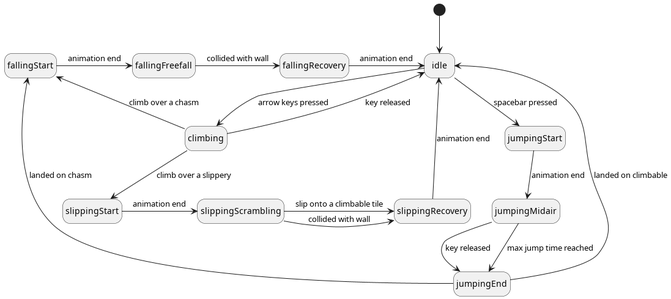
Before: docs/nanobot.png, a diagram exported from PlantUML (sionleroux/project-scale).
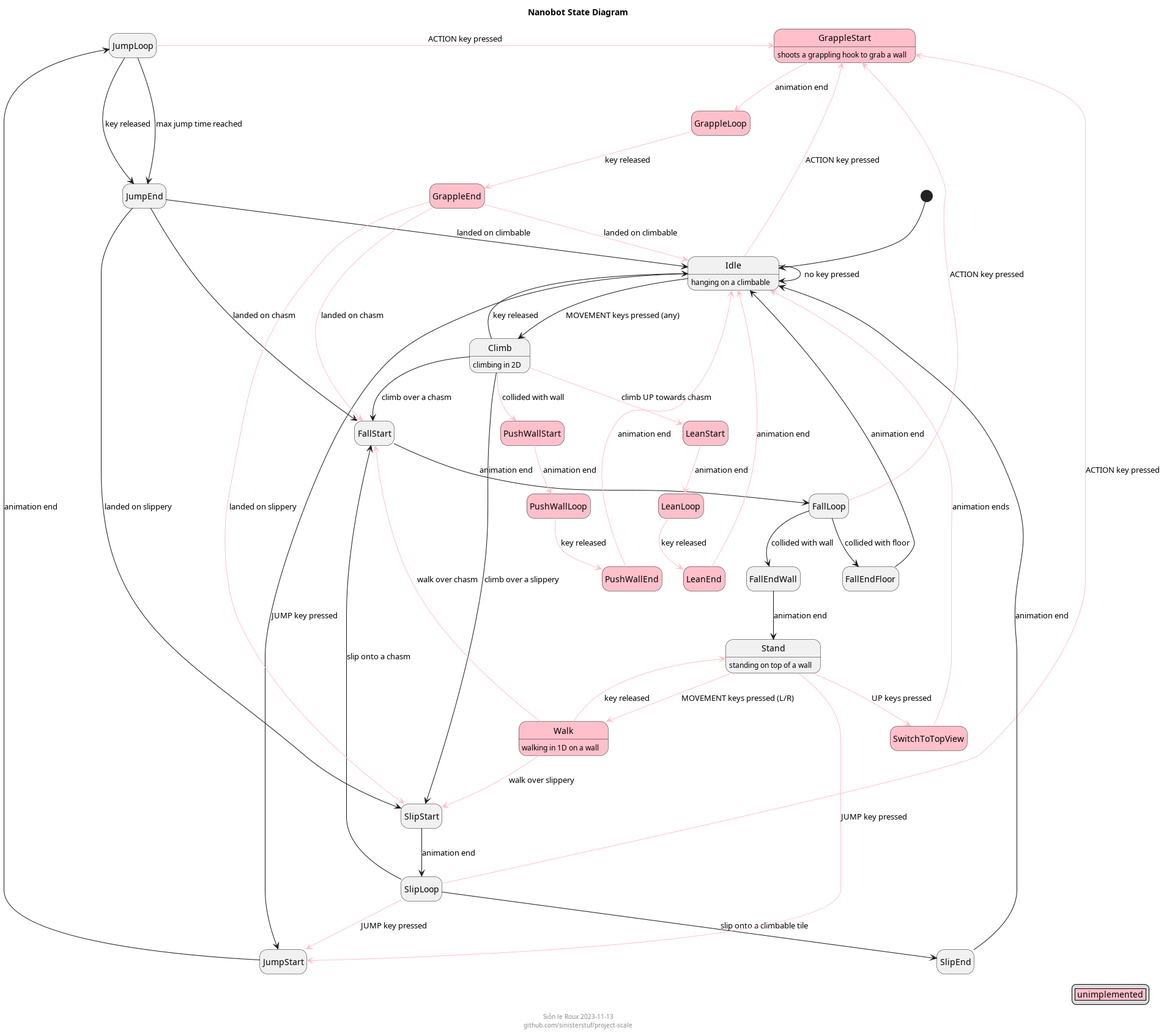
The same diagram one commit later.

Commit message:
Update state diagram to include current and unimplemented states

I put in quite a bit of work on this since the last revision because
having things written correctly in it helps figure things out as they
get expanded:

- renamed states to match the new, consistent animation names
- add new states implemented since last time
- add unimplemented states in "pink" colour
- add descriptions to some important states
- rename arrow keys and space bar to more generic terms
- add title and footer

Diff of the diagram source:
```diff
@@ -1,27 +1,77 @@
 @startuml
 hide empty description
+legend right
+    | <#pink> unimplemented |
+endlegend
 
-[*] --> idle
-idle --> climbing : arrow keys pressed
-idle --> jumpingStart : spacebar pressed
+title Nanobot State Diagram
+footer Siôn le Roux 2023-11-13\ngithub.com/sinisterstuf/project-scale
 
-climbing --> idle : key released
-climbing --> fallingStart : climb over a chasm
-climbing --> slippingStart : climb over a slippery
+[*] --> Idle
 
-jumpingStart --> jumpingMidair : animation end
-jumpingMidair --> jumpingEnd : key released
-jumpingMidair --> jumpingEnd : max jump time reached
-jumpingEnd --> idle : landed on climbable
-jumpingEnd --> fallingStart : landed on chasm
+state Idle : hanging on a climbable
+Idle --> Idle : no key pressed
+Idle --> Climb : MOVEMENT keys pressed (any)
+Idle --> JumpStart : JUMP key pressed
+Idle -[#pink]-> GrappleStart : ACTION key pressed
 
-fallingStart -> fallingFreefall : animation end
-fallingFreefall -> fallingRecovery : collided with wall
-fallingRecovery -> idle : animation end
+state Climb : climbing in 2D
+Climb --> Idle : key released
+Climb -[#pink]-> LeanStart : climb UP towards chasm
+Climb --> FallStart : climb over a chasm
+Climb --> SlipStart : climb over a slippery
+Climb -[#pink]-> PushWallStart : collided with wall
 
-slippingStart -> slippingScrambling : animation end
-slippingScrambling -> slippingRecovery : slip onto a climbable tile
-slippingScrambling -> slippingRecovery : collided with wall
-slippingRecovery -> idle : animation end
+JumpStart --> JumpLoop : animation end
+JumpLoop --> JumpEnd : key released
+JumpLoop --> JumpEnd : max jump time reached
+JumpLoop -[#pink]> GrappleStart : ACTION key pressed
+JumpEnd --> Idle : landed on climbable
+JumpEnd --> FallStart : landed on chasm
+JumpEnd --> SlipStart : landed on slippery
+
+FallStart --> FallLoop : animation end
+FallLoop --> FallEndWall : collided with wall
+FallLoop --> FallEndFloor : collided with floor
+FallLoop -[#pink]> GrappleStart : ACTION key pressed
+FallEndWall --> Stand : animation end
+FallEndFloor --> Idle : animation end
+
+SlipStart --> SlipLoop : animation end
+SlipLoop --> SlipEnd : slip onto a climbable tile
+SlipLoop --> FallStart : slip onto a chasm
+SlipLoop -[#pink]-> GrappleStart : ACTION key pressed
+SlipLoop -[#pink]-> JumpStart : JUMP key pressed
+SlipEnd  --> Idle : animation end
+
+state Stand : standing on top of a wall
+Stand -[#pink]-> Walk : MOVEMENT keys pressed (L/R)
+Stand -[#pink]-> SwitchToTopView : UP keys pressed
+Stand -[#pink]-> JumpStart : JUMP key pressed
+
+state Walk #pink : walking in 1D on a wall
+Walk -[#pink]-> Stand : key released
+Walk -[#pink]-> FallStart : walk over chasm
+Walk -[#pink]-> SlipStart : walk over slippery
+
+state SwitchToTopView #pink
+SwitchToTopView -[#pink]-> Idle : animation ends
+
+state PushWallStart #pink
+PushWallStart -[#pink]-> PushWallLoop #pink : animation end
+PushWallLoop  -[#pink]-> PushWallEnd #pink : key released
+PushWallEnd   -[#pink]-> Idle : animation end
+
+state LeanStart #pink
+LeanStart -[#pink]-> LeanLoop #pink : animation end
+LeanLoop  -[#pink]-> LeanEnd #pink : key released
+LeanEnd   -[#pink]-> Idle : animation end
+
+state GrappleStart #pink : shoots a grappling hook to grab a wall
+GrappleStart -[#pink]-> GrappleLoop #pink : animation end
+GrappleLoop -[#pink]-> GrappleEnd #pink : key released
+GrappleEnd -[#pink]-> Idle : landed on climbable
+GrappleEnd -[#pink]-> FallStart : landed on chasm
+GrappleEnd -[#pink]-> SlipStart : landed on slippery
 
 @enduml
```
